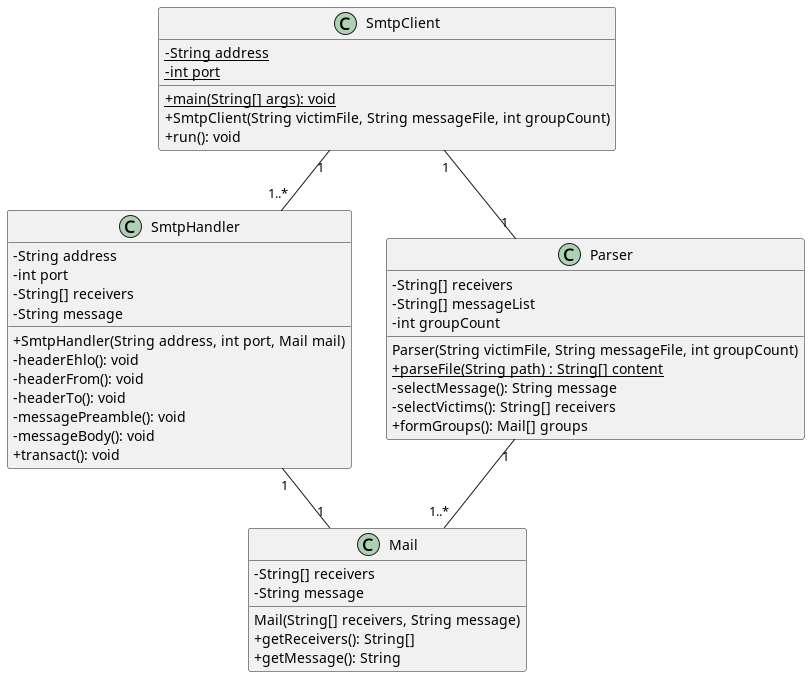
This is doc/class_diagram.png from a-mango/dai-lab-smtp, a PlantUML export, as it was before one commit. Its source is kept beside it as doc/class_diagram.puml. Its diagram source:
```plantuml
@startuml
skinparam classAttributeIconSize 0
skinparam groupInheritance 3
hide empty methods
hide empty members

class SmtpClient {
    - {static} String address
    - {static} int port
    {static} + main(String[] args): void
    + SmtpClient(String victimFile, String messageFile, int groupCount)
    + run(): void
}

class SmtpHandler {
    - String address
    - int port
    - String[] receivers
    - String message
    + SmtpHandler(String address, int port, Mail mail)
    - headerEhlo(): void
    - headerFrom(): void
    - headerTo(): void
    - messagePreamble(): void
    - messageBody(): void
    + transact(): void
}

class Mail {
    Mail(String[] receivers, String message)
    - String[] receivers
    - String message
    + getReceivers(): String[]
    + getMessage(): String
}

class Parser {
    - String[] receivers
    - String[] messageList
    - int groupCount
    Parser(String victimFile, String messageFile, int groupCount)
    {static} + parseFile(String path) : String[] content
    - selectMessage(): String message
    - selectVictims(): String[] receivers
    + formGroups(): Mail[] groups
}

SmtpClient "1"--"1..*"SmtpHandler
SmtpHandler "1"--"1" Mail
SmtpClient "1"--"1" Parser
Parser "1"--"1..*" Mail


@enduml
```
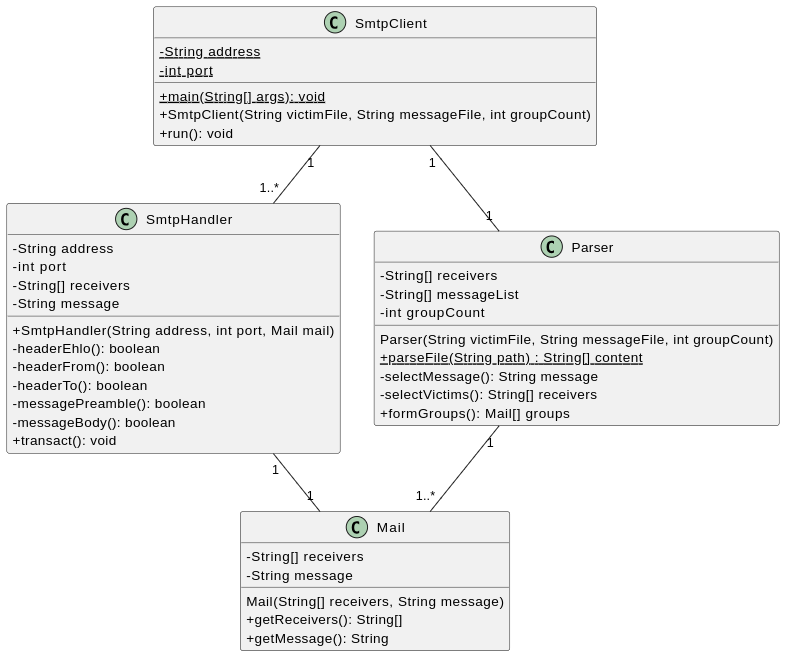
Later version of the same file.

Commit message:
rfr: void to boolean for stmp communication

Change to the diagram source:
```diff
@@ -18,11 +18,11 @@
     - String[] receivers
     - String message
     + SmtpHandler(String address, int port, Mail mail)
-    - headerEhlo(): void
-    - headerFrom(): void
-    - headerTo(): void
-    - messagePreamble(): void
-    - messageBody(): void
+    - headerEhlo(): boolean
+    - headerFrom(): boolean
+    - headerTo(): boolean
+    - messagePreamble(): boolean
+    - messageBody(): boolean
     + transact(): void
 }
 
```
